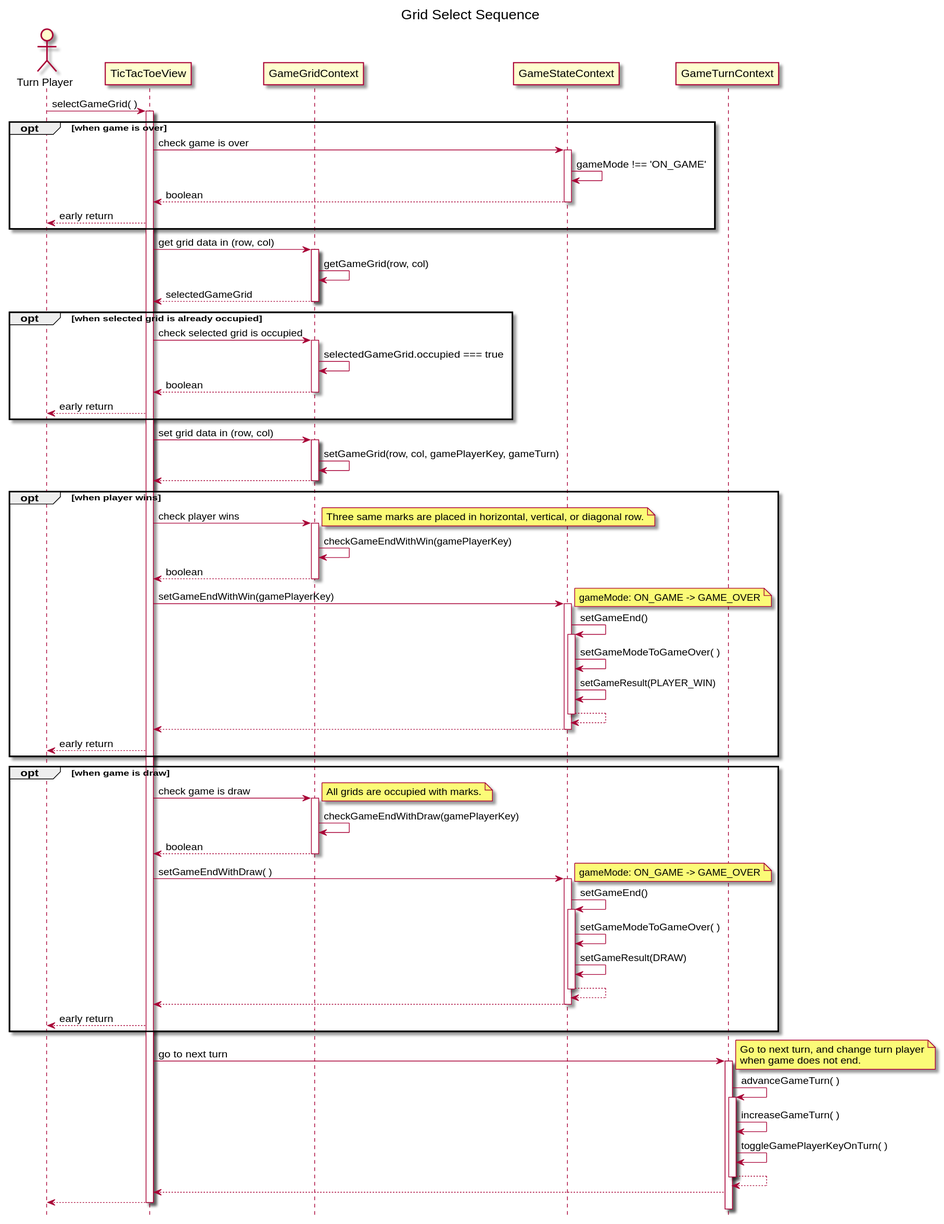
hi2k1978/react-samples keeps this PlantUML diagram as tic-tac-toe/md/grid-select-sequence.svg. Above is the earlier version.
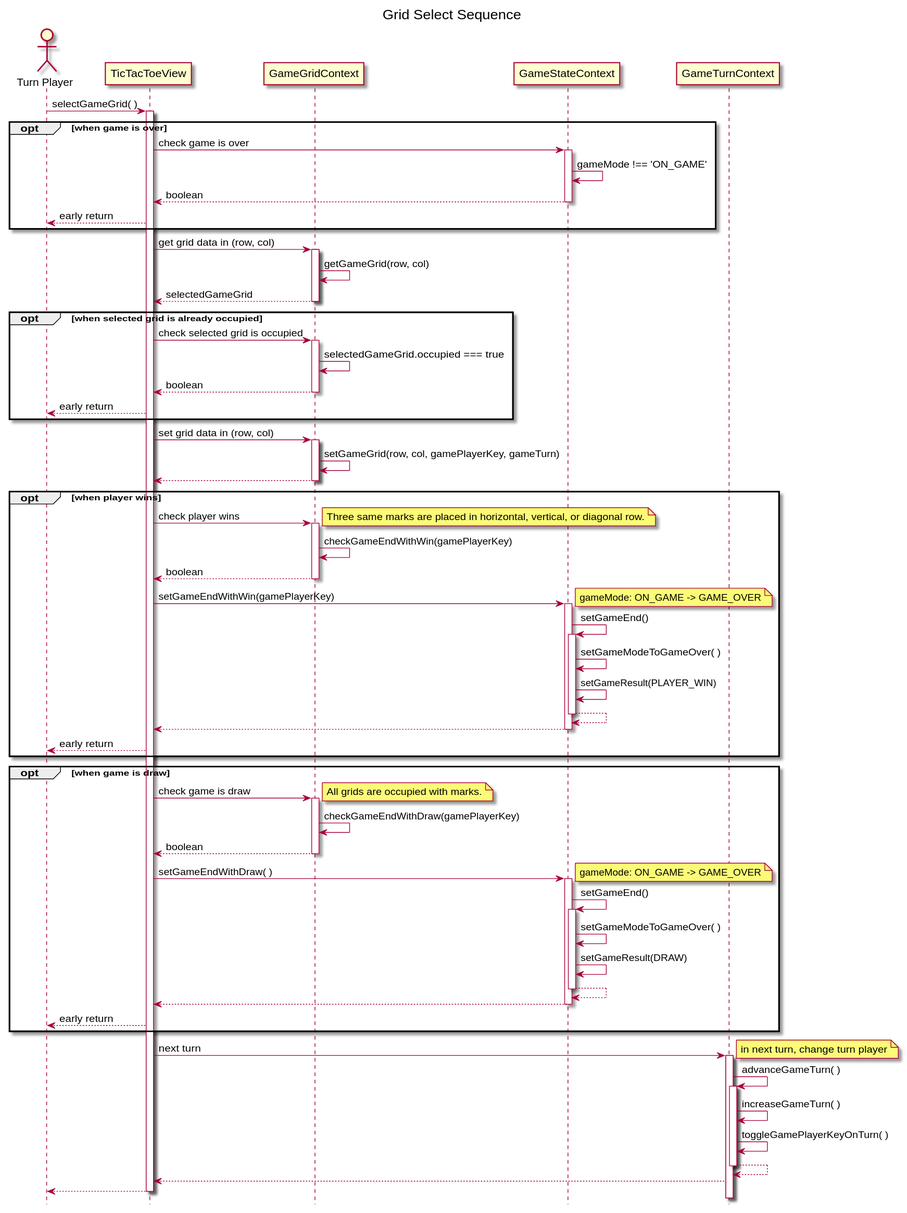
The same file after the commit.

Diff of the diagram source:
```diff
@@ -76,10 +76,9 @@
 	TicTacToeView --> Player: early return
 end
 
-TicTacToeView -> GameTurn ++: go to next turn
+TicTacToeView -> GameTurn ++: next turn
 note right
-	Go to next turn, and change turn player
-	when game does not end.
+	in next turn, change turn player
 end note
 GameTurn -> GameTurn ++: advanceGameTurn( )
 GameTurn -> GameTurn: increaseGameTurn( )
```
